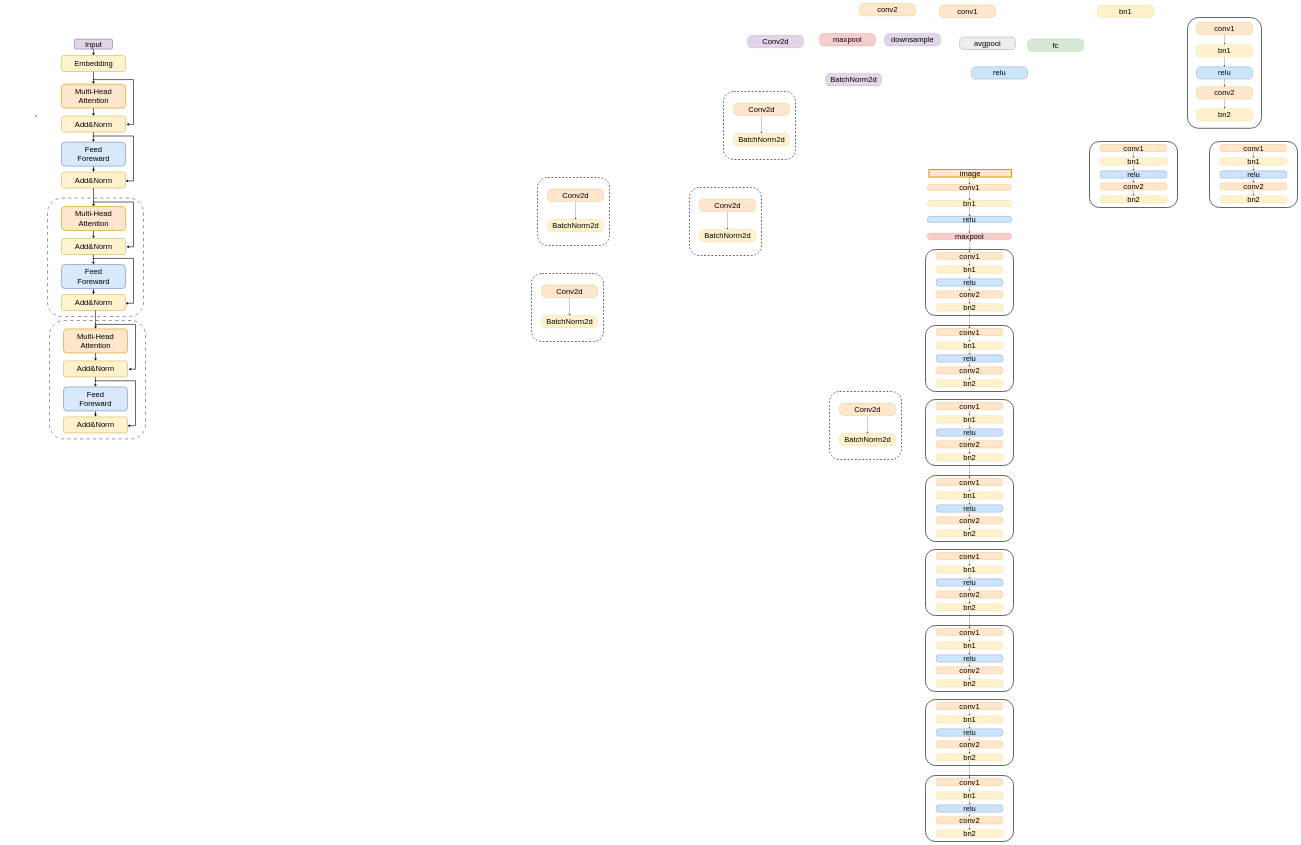
Above: plot.drawio in paprika0741/Plot (draw.io), before the change. Source tidied: cells renumbered, new cells numbered last; positions are measured from the earlier drawing's top-left corner, leaving out a move shared by most shapes. Both pictures are drawn from the tidied source at 20%, with x=0, y=0 at pixel (3, 3).
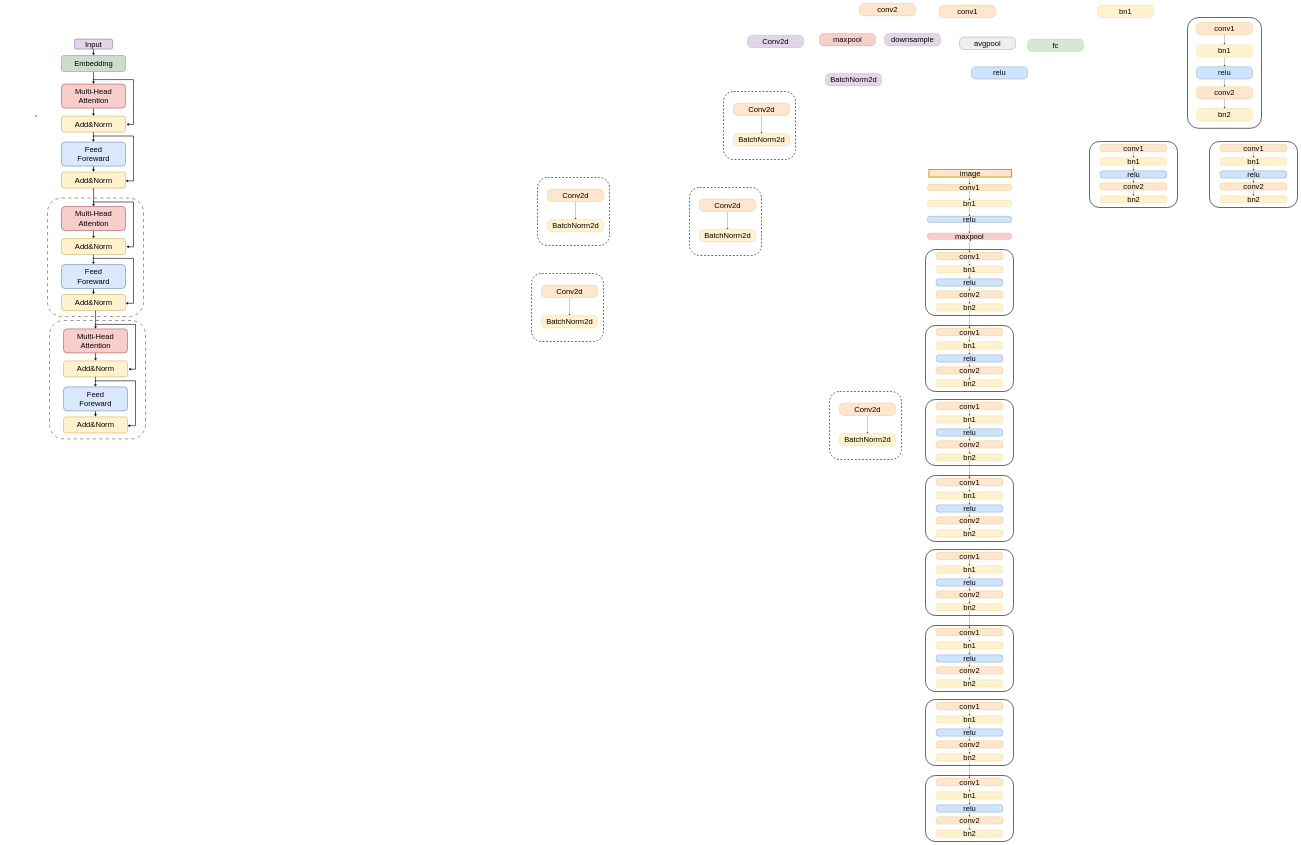
The same page after the edit.

Diff of the diagram source:
```diff
@@
-    <mxCell id="175" value="&lt;font style=&quot;font-size: 38px;&quot;&gt;Embedding&lt;/font&gt;" style="rounded=1;whiteSpace=wrap;html=1;fillColor=#fff2cc;strokeColor=#d6b656;strokeWidth=3;" parent="1" vertex="1">
+    <mxCell id="175" value="&lt;font style=&quot;font-size: 38px;&quot;&gt;Embedding&lt;/font&gt;" style="rounded=1;whiteSpace=wrap;html=1;fillColor=#CCDECB;strokeColor=#82b366;strokeWidth=3;" parent="1" vertex="1">
       <mxGeometry x="290" y="260" width="320" height="80" as="geometry" />
     </mxCell>
@@
-    <mxCell id="179" value="&lt;div&gt;&lt;font style=&quot;font-size: 38px;&quot;&gt;&lt;br&gt;&lt;/font&gt;&lt;/div&gt;&lt;font style=&quot;font-size: 38px;&quot;&gt;Multi-Head&lt;/font&gt;&lt;div&gt;&lt;span style=&quot;font-size: 38px;&quot;&gt;Attention&lt;br&gt;&lt;/span&gt;&lt;div&gt;&lt;font style=&quot;font-size: 38px;&quot;&gt;&lt;br&gt;&lt;/font&gt;&lt;/div&gt;&lt;/div&gt;" style="rounded=1;whiteSpace=wrap;html=1;fillColor=#ffe6cc;strokeColor=#d79b00;strokeWidth=3;" parent="1" vertex="1">
+    <mxCell id="179" value="&lt;div&gt;&lt;font style=&quot;font-size: 38px;&quot;&gt;&lt;br&gt;&lt;/font&gt;&lt;/div&gt;&lt;font style=&quot;font-size: 38px;&quot;&gt;Multi-Head&lt;/font&gt;&lt;div&gt;&lt;span style=&quot;font-size: 38px;&quot;&gt;Attention&lt;br&gt;&lt;/span&gt;&lt;div&gt;&lt;font style=&quot;font-size: 38px;&quot;&gt;&lt;br&gt;&lt;/font&gt;&lt;/div&gt;&lt;/div&gt;" style="rounded=1;whiteSpace=wrap;html=1;fillColor=#f8cecc;strokeColor=#b85450;strokeWidth=3;" parent="1" vertex="1">
       <mxGeometry x="290" y="403" width="320" height="120" as="geometry" />
     </mxCell>
@@
-    <mxCell id="194" value="&lt;div&gt;&lt;font style=&quot;font-size: 38px;&quot;&gt;&lt;br&gt;&lt;/font&gt;&lt;/div&gt;&lt;font style=&quot;font-size: 38px;&quot;&gt;Multi-Head&lt;/font&gt;&lt;div&gt;&lt;span style=&quot;font-size: 38px;&quot;&gt;Attention&lt;br&gt;&lt;/span&gt;&lt;div&gt;&lt;font style=&quot;font-size: 38px;&quot;&gt;&lt;br&gt;&lt;/font&gt;&lt;/div&gt;&lt;/div&gt;" style="rounded=1;whiteSpace=wrap;html=1;fillColor=#ffe6cc;strokeColor=#d79b00;strokeWidth=3;" parent="1" vertex="1">
+    <mxCell id="194" value="&lt;div&gt;&lt;font style=&quot;font-size: 38px;&quot;&gt;&lt;br&gt;&lt;/font&gt;&lt;/div&gt;&lt;font style=&quot;font-size: 38px;&quot;&gt;Multi-Head&lt;/font&gt;&lt;div&gt;&lt;span style=&quot;font-size: 38px;&quot;&gt;Attention&lt;br&gt;&lt;/span&gt;&lt;div&gt;&lt;font style=&quot;font-size: 38px;&quot;&gt;&lt;br&gt;&lt;/font&gt;&lt;/div&gt;&lt;/div&gt;" style="rounded=1;whiteSpace=wrap;html=1;fillColor=#f8cecc;strokeColor=#b85450;strokeWidth=3;" parent="1" vertex="1">
       <mxGeometry x="290" y="1015" width="320" height="120" as="geometry" />
     </mxCell>
@@
-    <mxCell id="208" value="&lt;div&gt;&lt;font style=&quot;font-size: 38px;&quot;&gt;&lt;br&gt;&lt;/font&gt;&lt;/div&gt;&lt;font style=&quot;font-size: 38px;&quot;&gt;Multi-Head&lt;/font&gt;&lt;div&gt;&lt;span style=&quot;font-size: 38px;&quot;&gt;Attention&lt;br&gt;&lt;/span&gt;&lt;div&gt;&lt;font style=&quot;font-size: 38px;&quot;&gt;&lt;br&gt;&lt;/font&gt;&lt;/div&gt;&lt;/div&gt;" style="rounded=1;whiteSpace=wrap;html=1;fillColor=#ffe6cc;strokeColor=#d79b00;strokeWidth=3;" parent="1" vertex="1">
+    <mxCell id="208" value="&lt;div&gt;&lt;font style=&quot;font-size: 38px;&quot;&gt;&lt;br&gt;&lt;/font&gt;&lt;/div&gt;&lt;font style=&quot;font-size: 38px;&quot;&gt;Multi-Head&lt;/font&gt;&lt;div&gt;&lt;span style=&quot;font-size: 38px;&quot;&gt;Attention&lt;br&gt;&lt;/span&gt;&lt;div&gt;&lt;font style=&quot;font-size: 38px;&quot;&gt;&lt;br&gt;&lt;/font&gt;&lt;/div&gt;&lt;/div&gt;" style="rounded=1;whiteSpace=wrap;html=1;fillColor=#f8cecc;strokeColor=#b85450;strokeWidth=3;" parent="1" vertex="1">
       <mxGeometry x="300" y="1627" width="320" height="120" as="geometry" />
     </mxCell>
```
